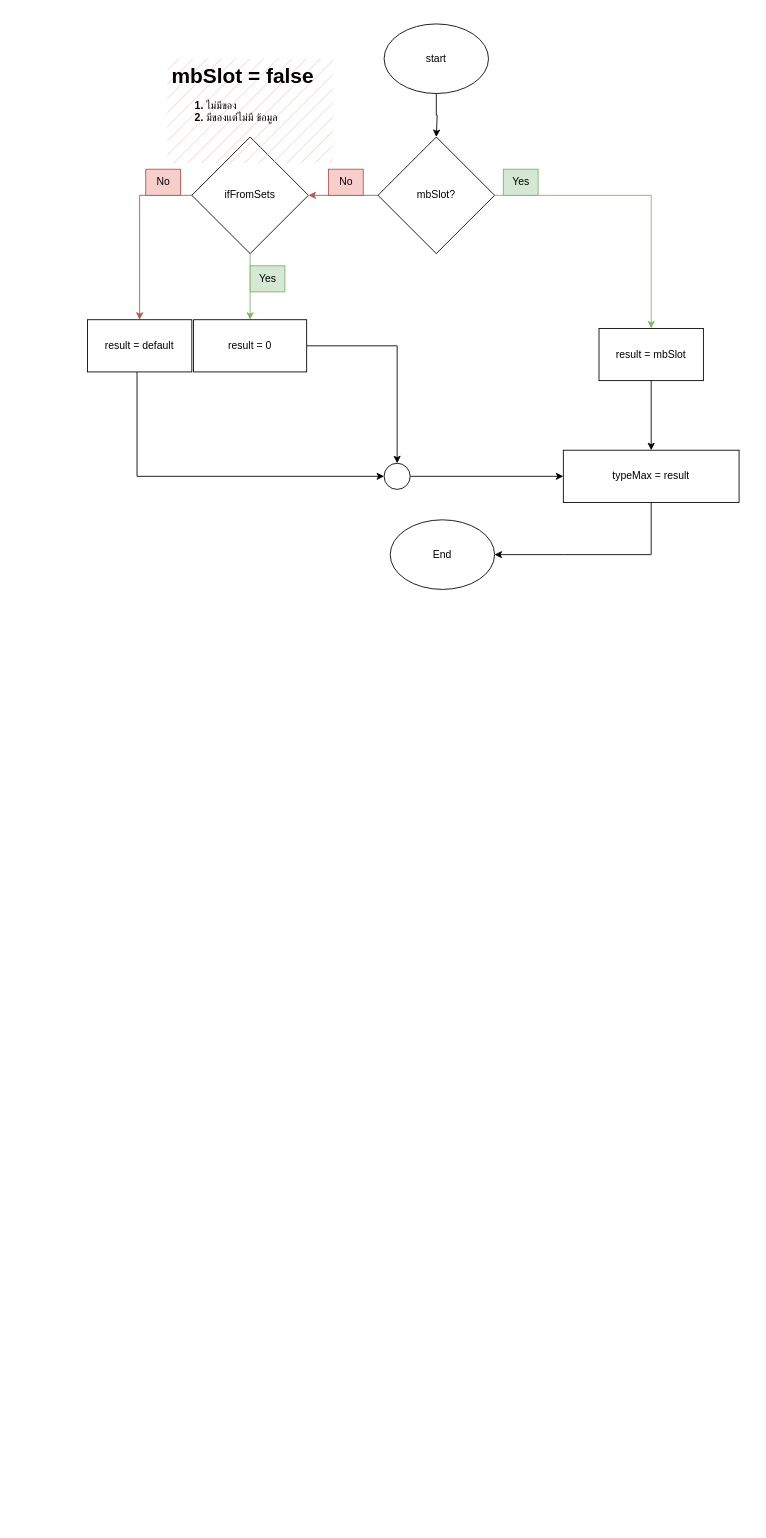
iHaveNoKnowledge/pc-builder-00 keeps this draw.io diagram as Untitled Diagram.drawio. Above is the earlier version. Source tidied: cells renumbered, new cells numbered last; positions are measured from the earlier drawing's top-left corner, leaving out a move shared by most shapes. Both pictures are drawn from the tidied source at 87%, with x=0, y=0 at pixel (87, 23).
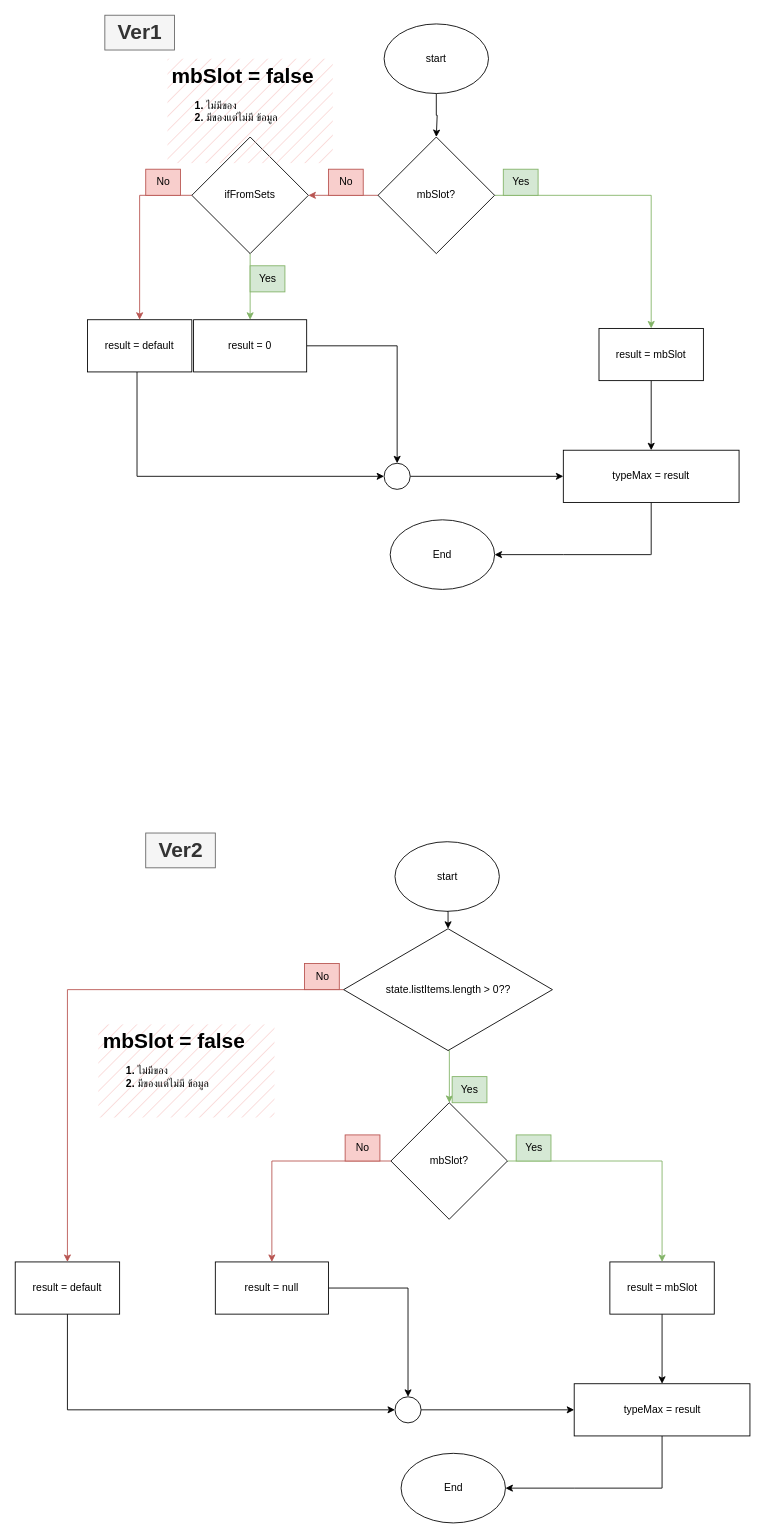
Above is the later version.

Diff of the diagram source:
```diff
@@
+    <mxCell id="26" style="edgeStyle=orthogonalEdgeStyle;rounded=0;jettySize=auto;html=1;exitX=0.5;exitY=1;exitDx=0;exitDy=0;entryX=0.5;entryY=0;entryDx=0;entryDy=0;" parent="1" edge="1" source="27" target="45">
+      <mxGeometry relative="1" as="geometry" />
+    </mxCell>
+    <mxCell id="27" value="start" style="ellipse;whiteSpace=wrap;html=1;" parent="1" vertex="1">
+      <mxGeometry x="353.5" y="940" width="120" height="80" as="geometry" />
+    </mxCell>
+    <mxCell id="28" style="edgeStyle=orthogonalEdgeStyle;rounded=0;jettySize=auto;html=1;entryX=0.5;entryY=0;entryDx=0;entryDy=0;fillColor=#d5e8d4;strokeColor=#82b366;" parent="1" edge="1" source="29" target="40">
+      <mxGeometry relative="1" as="geometry" />
+    </mxCell>
+    <mxCell id="29" value="mbSlot?" style="rhombus;whiteSpace=wrap;html=1;" parent="1" vertex="1">
+      <mxGeometry x="348.8" y="1240" width="134" height="134" as="geometry" />
+    </mxCell>
+    <mxCell id="30" style="edgeStyle=orthogonalEdgeStyle;rounded=0;jettySize=auto;html=1;entryX=1;entryY=0.5;entryDx=0;entryDy=0;exitX=0.5;exitY=1;exitDx=0;exitDy=0;" parent="1" edge="1" source="31" target="41">
+      <mxGeometry relative="1" as="geometry">
+        <Array as="points">
+          <mxPoint x="659.5" y="1683" />
+          <mxPoint x="559.5" y="1683" />
+          <mxPoint x="559.5" y="1703" />
+        </Array>
+      </mxGeometry>
+    </mxCell>
+    <mxCell id="31" value="typeMax = result" style="whiteSpace=wrap;html=1;" parent="1" vertex="1">
+      <mxGeometry x="559.5" y="1563" width="202" height="60" as="geometry" />
+    </mxCell>
+    <mxCell id="32" style="edgeStyle=orthogonalEdgeStyle;rounded=0;jettySize=auto;html=1;exitX=0;exitY=0.5;exitDx=0;exitDy=0;fillColor=#f8cecc;strokeColor=#b85450;" parent="1" edge="1" source="29" target="36">
+      <mxGeometry relative="1" as="geometry" />
+    </mxCell>
+    <mxCell id="33" value="Yes" style="text;html=1;align=center;verticalAlign=middle;strokeColor=#82b366;fillColor=#d5e8d4;" parent="1" vertex="1">
+      <mxGeometry x="492.8" y="1277" width="40" height="30" as="geometry" />
+    </mxCell>
+    <mxCell id="34" value="&lt;h1 style=&quot;border-color: var(--border-color);&quot;&gt;mbSlot = false&lt;br&gt;&lt;ol style=&quot;font-size: 12px;&quot;&gt;&lt;li&gt;&lt;span style=&quot;font-weight: 400; font-size: 12px;&quot;&gt;&lt;font style=&quot;font-size: 12px;&quot;&gt;ไม่มีของ&lt;/font&gt;&lt;/span&gt;&lt;/li&gt;&lt;li&gt;&lt;span style=&quot;font-weight: normal;&quot;&gt;มีของแต่ไม่มี ข้อมูล&lt;/span&gt;&lt;/li&gt;&lt;/ol&gt;&lt;/h1&gt;" style="text;html=1;strokeColor=none;fillColor=#f8cecc;spacing=5;spacingTop=-20;whiteSpace=wrap;overflow=hidden;rounded=0;fillStyle=hatch;" parent="1" vertex="1">
+      <mxGeometry x="12.5" y="1150" width="202.5" height="107" as="geometry" />
+    </mxCell>
+    <mxCell id="35" style="edgeStyle=orthogonalEdgeStyle;rounded=0;jettySize=auto;html=1;entryX=0.5;entryY=0;entryDx=0;entryDy=0;" parent="1" edge="1" source="36" target="38">
+      <mxGeometry relative="1" as="geometry" />
+    </mxCell>
+    <mxCell id="36" value="result = null" style="whiteSpace=wrap;html=1;" parent="1" vertex="1">
+      <mxGeometry x="147" y="1423" width="130" height="60" as="geometry" />
+    </mxCell>
+    <mxCell id="37" style="edgeStyle=orthogonalEdgeStyle;rounded=0;jettySize=auto;html=1;entryX=0;entryY=0.5;entryDx=0;entryDy=0;" parent="1" edge="1" source="38" target="31">
+      <mxGeometry relative="1" as="geometry" />
+    </mxCell>
+    <mxCell id="38" style="ellipse;whiteSpace=wrap;html=1;" parent="1" vertex="1">
+      <mxGeometry x="353.5" y="1578" width="30" height="30" as="geometry" />
+    </mxCell>
+    <mxCell id="39" style="edgeStyle=orthogonalEdgeStyle;rounded=0;jettySize=auto;html=1;entryX=0.5;entryY=0;entryDx=0;entryDy=0;" parent="1" edge="1" source="40" target="31">
+      <mxGeometry relative="1" as="geometry" />
+    </mxCell>
+    <mxCell id="40" value="result = mbSlot" style="rounded=0;whiteSpace=wrap;html=1;" parent="1" vertex="1">
+      <mxGeometry x="600.5" y="1423" width="120" height="60" as="geometry" />
+    </mxCell>
+    <mxCell id="41" value="End" style="ellipse;whiteSpace=wrap;html=1;" parent="1" vertex="1">
+      <mxGeometry x="360.5" y="1643" width="120" height="80" as="geometry" />
+    </mxCell>
+    <mxCell id="42" value="&lt;font style=&quot;font-size: 24px;&quot;&gt;&lt;b&gt;Ver2&lt;/b&gt;&lt;/font&gt;" style="text;html=1;align=center;verticalAlign=middle;strokeColor=#666666;fillColor=#f5f5f5;fontColor=#333333;" parent="1" vertex="1">
+      <mxGeometry x="67" y="930" width="80" height="40" as="geometry" />
+    </mxCell>
+    <mxCell id="43" style="edgeStyle=orthogonalEdgeStyle;rounded=0;jettySize=auto;html=1;fillColor=#d5e8d4;strokeColor=#82b366;exitX=0.5;exitY=1;exitDx=0;exitDy=0;" parent="1" edge="1" source="45" target="29">
+      <mxGeometry relative="1" as="geometry">
+        <Array as="points">
+          <mxPoint x="416" y="1180" />
+        </Array>
+      </mxGeometry>
+    </mxCell>
+    <mxCell id="44" style="edgeStyle=orthogonalEdgeStyle;rounded=0;jettySize=auto;html=1;fillColor=#f8cecc;strokeColor=#b85450;" parent="1" edge="1" source="45" target="48">
+      <mxGeometry relative="1" as="geometry" />
+    </mxCell>
+    <mxCell id="45" value="state.listItems.length &amp;gt; 0??" style="rhombus;whiteSpace=wrap;html=1;" parent="1" vertex="1">
+      <mxGeometry x="294.5" y="1040" width="240" height="140" as="geometry" />
+    </mxCell>
+    <mxCell id="46" value="Yes" style="text;html=1;align=center;verticalAlign=middle;strokeColor=#82b366;fillColor=#d5e8d4;" parent="1" vertex="1">
+      <mxGeometry x="419.2" y="1210" width="40" height="30" as="geometry" />
+    </mxCell>
+    <mxCell id="47" style="edgeStyle=orthogonalEdgeStyle;rounded=0;jettySize=auto;html=1;entryX=0;entryY=0.5;entryDx=0;entryDy=0;exitX=0.5;exitY=1;exitDx=0;exitDy=0;" parent="1" edge="1" source="48" target="38">
+      <mxGeometry relative="1" as="geometry">
+        <Array as="points">
+          <mxPoint x="-23" y="1593" />
+        </Array>
+      </mxGeometry>
+    </mxCell>
+    <mxCell id="48" value="result = default" style="whiteSpace=wrap;html=1;" parent="1" vertex="1">
+      <mxGeometry x="-83" y="1423" width="120" height="60" as="geometry" />
+    </mxCell>
+    <mxCell id="49" value="No" style="text;html=1;align=center;verticalAlign=middle;strokeColor=#b85450;fillColor=#f8cecc;" parent="1" vertex="1">
+      <mxGeometry x="249.5" y="1080" width="40" height="30" as="geometry" />
+    </mxCell>
+    <mxCell id="50" value="No" style="text;html=1;align=center;verticalAlign=middle;strokeColor=#b85450;fillColor=#f8cecc;" parent="1" vertex="1">
+      <mxGeometry x="296.2" y="1277" width="40" height="30" as="geometry" />
+    </mxCell>
+    <mxCell id="51" value="&lt;font style=&quot;font-size: 24px;&quot;&gt;&lt;b&gt;Ver1&lt;/b&gt;&lt;/font&gt;" style="text;html=1;align=center;verticalAlign=middle;strokeColor=#666666;fillColor=#f5f5f5;fontColor=#333333;" parent="1" vertex="1">
+      <mxGeometry x="20" y="-10" width="80" height="40" as="geometry" />
+    </mxCell>
```
